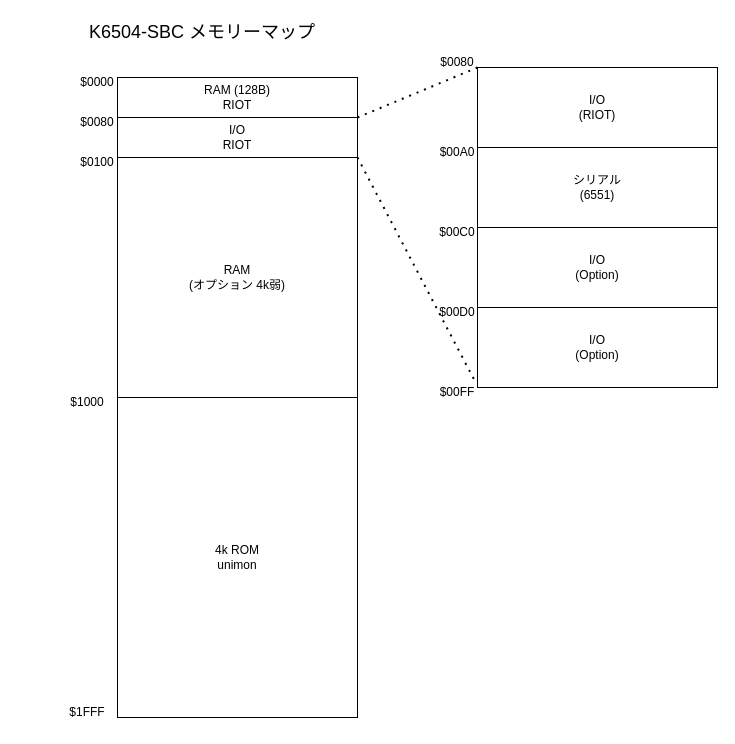
This is pic/memmap.drawio from kuninet/K6504-SBC, a draw.io file, before an edit. Source tidied: cells renumbered, new cells numbered last; positions are measured from the earlier drawing's top-left corner, leaving out a move shared by most shapes. Both pictures are drawn from the tidied source at 100%, with x=0, y=0 at pixel (17, 17).
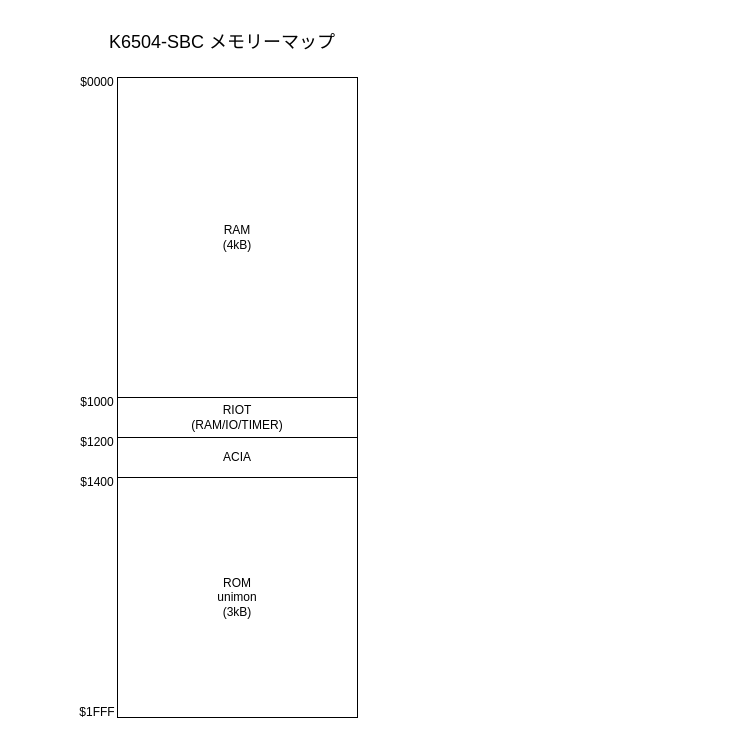
Above is the later version.

Commit message (it also covers changes not shown here):
メモリーマップ見直し & 回路図見直し

Diff of the diagram source:
```diff
@@
-    <mxCell id="2" value="RAM&lt;br&gt;(オプション 4k弱)" style="rounded=0;whiteSpace=wrap;html=1;" parent="1" vertex="1">
-      <mxGeometry x="100" y="140" width="240" height="240" as="geometry" />
+    <mxCell id="2" value="RAM&lt;br&gt;(4kB)" style="rounded=0;whiteSpace=wrap;html=1;" parent="1" vertex="1">
+      <mxGeometry x="100" y="60" width="240" height="320" as="geometry" />
     </mxCell>
-    <mxCell id="3" value="4k ROM&lt;br&gt;unimon" style="rounded=0;whiteSpace=wrap;html=1;" parent="1" vertex="1">
-      <mxGeometry x="100" y="380" width="240" height="320" as="geometry" />
+    <mxCell id="3" value="ROM&lt;br&gt;unimon&lt;br&gt;(3kB)" style="rounded=0;whiteSpace=wrap;html=1;" parent="1" vertex="1">
+      <mxGeometry x="100" y="460" width="240" height="240" as="geometry" />
     </mxCell>
@@
     <mxCell id="5" value="K6504-SBC メモリーマップ" style="text;html=1;strokeColor=none;fillColor=none;align=center;verticalAlign=middle;whiteSpace=wrap;rounded=0;fontSize=18;" parent="1" vertex="1">
-      <mxGeometry width="370" height="30" as="geometry" />
+      <mxGeometry x="20" y="10" width="370" height="30" as="geometry" />
     </mxCell>
-    <mxCell id="6" value="$1000" style="text;html=1;strokeColor=none;fillColor=none;align=center;verticalAlign=middle;whiteSpace=wrap;rounded=0;" parent="1" vertex="1">
-      <mxGeometry x="40" y="370" width="60" height="30" as="geometry" />
-    </mxCell>
-    <mxCell id="7" value="I/O&lt;br&gt;RIOT" style="rounded=0;whiteSpace=wrap;html=1;" parent="1" vertex="1">
-      <mxGeometry x="100" y="100" width="240" height="40" as="geometry" />
+    <mxCell id="7" value="ACIA" style="rounded=0;whiteSpace=wrap;html=1;" parent="1" vertex="1">
+      <mxGeometry x="100" y="420" width="240" height="40" as="geometry" />
     </mxCell>
-    <mxCell id="8" value="RAM (128B)&lt;br&gt;RIOT" style="rounded=0;whiteSpace=wrap;html=1;" parent="1" vertex="1">
-      <mxGeometry x="100" y="60" width="240" height="40" as="geometry" />
+    <mxCell id="8" value="RIOT&lt;br&gt;(RAM/IO/TIMER)" style="rounded=0;whiteSpace=wrap;html=1;" parent="1" vertex="1">
+      <mxGeometry x="100" y="380" width="240" height="40" as="geometry" />
     </mxCell>
-    <mxCell id="9" value="$0100" style="text;html=1;strokeColor=none;fillColor=none;align=center;verticalAlign=middle;whiteSpace=wrap;rounded=0;" parent="1" vertex="1">
-      <mxGeometry x="50" y="130" width="60" height="30" as="geometry" />
+    <mxCell id="9" value="$1000" style="text;html=1;strokeColor=none;fillColor=none;align=center;verticalAlign=middle;whiteSpace=wrap;rounded=0;" parent="1" vertex="1">
+      <mxGeometry x="50" y="370" width="60" height="30" as="geometry" />
     </mxCell>
     <mxCell id="10" value="$1FFF" style="text;html=1;strokeColor=none;fillColor=none;align=center;verticalAlign=middle;whiteSpace=wrap;rounded=0;" parent="1" vertex="1">
-      <mxGeometry x="40" y="680" width="60" height="30" as="geometry" />
+      <mxGeometry x="50" y="680" width="60" height="30" as="geometry" />
     </mxCell>
-    <mxCell id="11" value="I/O&lt;br&gt;(RIOT)" style="rounded=0;whiteSpace=wrap;html=1;" parent="1" vertex="1">
-      <mxGeometry x="460" y="50" width="240" height="80" as="geometry" />
-    </mxCell>
-    <mxCell id="12" value="シリアル&lt;br&gt;(6551)" style="rounded=0;whiteSpace=wrap;html=1;" parent="1" vertex="1">
-      <mxGeometry x="460" y="130" width="240" height="80" as="geometry" />
-    </mxCell>
-    <mxCell id="13" value="$0080" style="text;html=1;strokeColor=none;fillColor=none;align=center;verticalAlign=middle;whiteSpace=wrap;rounded=0;" parent="1" vertex="1">
-      <mxGeometry x="50" y="90" width="60" height="30" as="geometry" />
+    <mxCell id="13" value="$1200" style="text;html=1;strokeColor=none;fillColor=none;align=center;verticalAlign=middle;whiteSpace=wrap;rounded=0;" parent="1" vertex="1">
+      <mxGeometry x="50" y="410" width="60" height="30" as="geometry" />
     </mxCell>
-    <mxCell id="14" value="$0080" style="text;html=1;strokeColor=none;fillColor=none;align=center;verticalAlign=middle;whiteSpace=wrap;rounded=0;" parent="1" vertex="1">
-      <mxGeometry x="410" y="30" width="60" height="30" as="geometry" />
-    </mxCell>
-    <mxCell id="15" value="$00A0" style="text;html=1;strokeColor=none;fillColor=none;align=center;verticalAlign=middle;whiteSpace=wrap;rounded=0;" parent="1" vertex="1">
-      <mxGeometry x="410" y="120" width="60" height="30" as="geometry" />
-    </mxCell>
-    <mxCell id="16" value="I/O&lt;br&gt;(Option)" style="rounded=0;whiteSpace=wrap;html=1;" parent="1" vertex="1">
-      <mxGeometry x="460" y="210" width="240" height="80" as="geometry" />
-    </mxCell>
-    <mxCell id="17" value="I/O&lt;br&gt;(Option)" style="rounded=0;whiteSpace=wrap;html=1;" parent="1" vertex="1">
-      <mxGeometry x="460" y="290" width="240" height="80" as="geometry" />
-    </mxCell>
-    <mxCell id="18" style="endArrow=none;dashed=1;html=1;dashPattern=1 3;strokeWidth=2;rounded=0;exitX=1;exitY=1;exitDx=0;exitDy=0;entryX=0;entryY=0;entryDx=0;entryDy=0;" parent="1" edge="1" source="8" target="11">
-      <mxGeometry relative="1" as="geometry" />
-    </mxCell>
-    <mxCell id="19" style="endArrow=none;dashed=1;html=1;dashPattern=1 3;strokeWidth=2;rounded=0;exitX=1;exitY=1;exitDx=0;exitDy=0;entryX=-0.007;entryY=0.942;entryDx=0;entryDy=0;entryPerimeter=0;" parent="1" edge="1" source="7" target="17">
-      <mxGeometry relative="1" as="geometry" />
-    </mxCell>
-    <mxCell id="20" value="$00C0" style="text;html=1;strokeColor=none;fillColor=none;align=center;verticalAlign=middle;whiteSpace=wrap;rounded=0;" parent="1" vertex="1">
-      <mxGeometry x="410" y="200" width="60" height="30" as="geometry" />
-    </mxCell>
-    <mxCell id="21" value="$00D0" style="text;html=1;strokeColor=none;fillColor=none;align=center;verticalAlign=middle;whiteSpace=wrap;rounded=0;" parent="1" vertex="1">
-      <mxGeometry x="410" y="280" width="60" height="30" as="geometry" />
-    </mxCell>
-    <mxCell id="22" value="$00FF" style="text;html=1;strokeColor=none;fillColor=none;align=center;verticalAlign=middle;whiteSpace=wrap;rounded=0;" parent="1" vertex="1">
-      <mxGeometry x="410" y="360" width="60" height="30" as="geometry" />
-    </mxCell>
+    <mxCell id="23" value="$1400" style="text;html=1;strokeColor=none;fillColor=none;align=center;verticalAlign=middle;whiteSpace=wrap;rounded=0;" parent="1" vertex="1">
+      <mxGeometry x="50" y="450" width="60" height="30" as="geometry" />
+    </mxCell>
```
